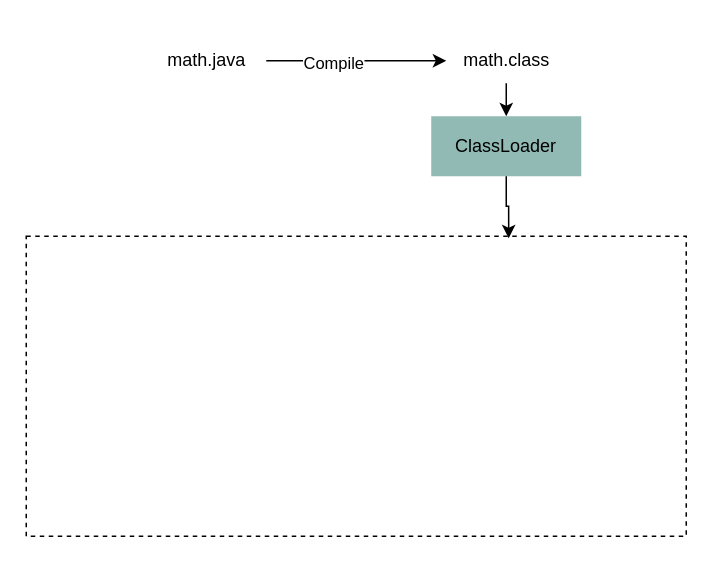
Earlier version of the draw.io diagram asserts/JVM.drawio (RainbowJier/Java). Source tidied: cells renumbered, new cells numbered last; positions are measured from the earlier drawing's top-left corner, leaving out a move shared by most shapes. Both pictures are drawn from the tidied source at 150%, with x=0, y=0 at pixel (26, 38).
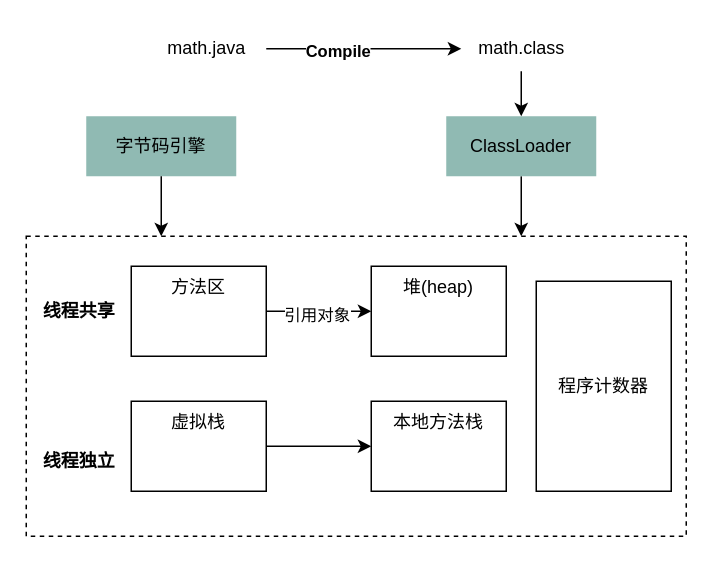
The same page after the edit.

The change refers to these unchanged cells:
```xml
<mxCell id="3" style="edgeStyle=orthogonalEdgeStyle;rounded=0;jettySize=auto;html=1;" parent="1" edge="1" source="5" target="7">
  <mxGeometry relative="1" as="geometry" />
</mxCell>
```

Change to the diagram source:
```diff
@@
+    <mxCell id="8" style="rounded=0;whiteSpace=wrap;html=1;fillColor=none;dashed=1;" parent="1" vertex="1">
+      <mxGeometry y="132" width="440" height="200" as="geometry" />
+    </mxCell>
+    <mxCell id="9" style="edgeStyle=orthogonalEdgeStyle;rounded=0;jettySize=auto;html=1;entryX=0.75;entryY=0;entryDx=0;entryDy=0;" parent="1" edge="1" source="2" target="8">
+      <mxGeometry relative="1" as="geometry" />
+    </mxCell>
     <mxCell id="2" value="ClassLoader" style="rounded=0;whiteSpace=wrap;html=1;dashed=1;fillColor=#90BAB3;strokeColor=none;" parent="1" vertex="1">
-      <mxGeometry x="270" y="52" width="100" height="40" as="geometry" />
+      <mxGeometry x="280" y="52" width="100" height="40" as="geometry" />
     </mxCell>
@@
-    <mxCell id="4" value="Compile" style="edgeLabel;html=1;align=center;verticalAlign=middle;" parent="3" vertex="1">
+    <mxCell id="4" value="Compile" style="edgeLabel;html=1;align=center;verticalAlign=middle;fontStyle=1;" parent="3" vertex="1">
       <mxGeometry x="-0.27" y="-1" relative="1" as="geometry" />
     </mxCell>
     <mxCell id="5" value="math.java" style="text;html=1;align=center;verticalAlign=middle;points=[];strokeColor=none;fillColor=none;" parent="1" vertex="1">
-      <mxGeometry x="80" width="80" height="30" as="geometry" />
+      <mxGeometry x="80" y="-8" width="80" height="30" as="geometry" />
     </mxCell>
@@
     <mxCell id="7" value="math.class" style="text;html=1;align=center;verticalAlign=middle;points=[];strokeColor=none;fillColor=none;" parent="1" vertex="1">
-      <mxGeometry x="280" width="80" height="30" as="geometry" />
+      <mxGeometry x="290" y="-8" width="80" height="30" as="geometry" />
     </mxCell>
-    <mxCell id="8" style="rounded=0;whiteSpace=wrap;html=1;fillColor=none;dashed=1;" parent="1" vertex="1">
-      <mxGeometry y="132" width="440" height="200" as="geometry" />
-    </mxCell>
-    <mxCell id="9" style="edgeStyle=orthogonalEdgeStyle;rounded=0;jettySize=auto;html=1;entryX=0.731;entryY=0.007;entryDx=0;entryDy=0;entryPerimeter=0;" parent="1" edge="1" source="2" target="8">
-      <mxGeometry relative="1" as="geometry" />
-    </mxCell>
+    <mxCell id="10" style="edgeStyle=orthogonalEdgeStyle;rounded=0;jettySize=auto;html=1;entryX=0;entryY=0.5;entryDx=0;entryDy=0;" parent="1" edge="1" source="12" target="15">
+      <mxGeometry relative="1" as="geometry" />
+    </mxCell>
+    <mxCell id="11" value="引用对象" style="edgeLabel;html=1;align=center;verticalAlign=middle;" parent="10" vertex="1">
+      <mxGeometry x="-0.07" y="-2" relative="1" as="geometry" />
+    </mxCell>
+    <mxCell id="12" value="方法区" style="rounded=0;whiteSpace=wrap;html=1;verticalAlign=top;" parent="1" vertex="1">
+      <mxGeometry x="70" y="152" width="90" height="60" as="geometry" />
+    </mxCell>
+    <mxCell id="13" style="edgeStyle=orthogonalEdgeStyle;rounded=0;jettySize=auto;html=1;entryX=0;entryY=0.5;entryDx=0;entryDy=0;" parent="1" edge="1" source="14" target="16">
+      <mxGeometry relative="1" as="geometry" />
+    </mxCell>
+    <mxCell id="14" value="虚拟栈" style="rounded=0;whiteSpace=wrap;html=1;verticalAlign=top;" parent="1" vertex="1">
+      <mxGeometry x="70" y="242" width="90" height="60" as="geometry" />
+    </mxCell>
+    <mxCell id="15" value="堆(heap)" style="rounded=0;whiteSpace=wrap;html=1;verticalAlign=top;" parent="1" vertex="1">
+      <mxGeometry x="230" y="152" width="90" height="60" as="geometry" />
+    </mxCell>
+    <mxCell id="16" value="本地方法栈" style="rounded=0;whiteSpace=wrap;html=1;verticalAlign=top;" parent="1" vertex="1">
+      <mxGeometry x="230" y="242" width="90" height="60" as="geometry" />
+    </mxCell>
+    <mxCell id="17" value="程序计数器" style="rounded=0;whiteSpace=wrap;html=1;" parent="1" vertex="1">
+      <mxGeometry x="340" y="162" width="90" height="140" as="geometry" />
+    </mxCell>
+    <mxCell id="18" value="字节码引擎" style="rounded=0;whiteSpace=wrap;html=1;dashed=1;fillColor=#90BAB3;strokeColor=none;" parent="1" vertex="1">
+      <mxGeometry x="40" y="52" width="100" height="40" as="geometry" />
+    </mxCell>
+    <mxCell id="19" style="edgeStyle=orthogonalEdgeStyle;rounded=0;jettySize=auto;html=1;" parent="1" edge="1" source="18">
+      <mxGeometry relative="1" as="geometry">
+        <mxPoint x="90" y="132" as="targetPoint" />
+      </mxGeometry>
+    </mxCell>
+    <mxCell id="20" value="&lt;b&gt;线程共享&lt;/b&gt;" style="text;html=1;align=center;verticalAlign=middle;strokeColor=none;fillColor=none;" parent="1" vertex="1">
+      <mxGeometry y="167" width="70" height="30" as="geometry" />
+    </mxCell>
+    <mxCell id="21" value="&lt;b&gt;线程独立&lt;/b&gt;" style="text;html=1;align=center;verticalAlign=middle;strokeColor=none;fillColor=none;" parent="1" vertex="1">
+      <mxGeometry y="267" width="70" height="30" as="geometry" />
+    </mxCell>
```
